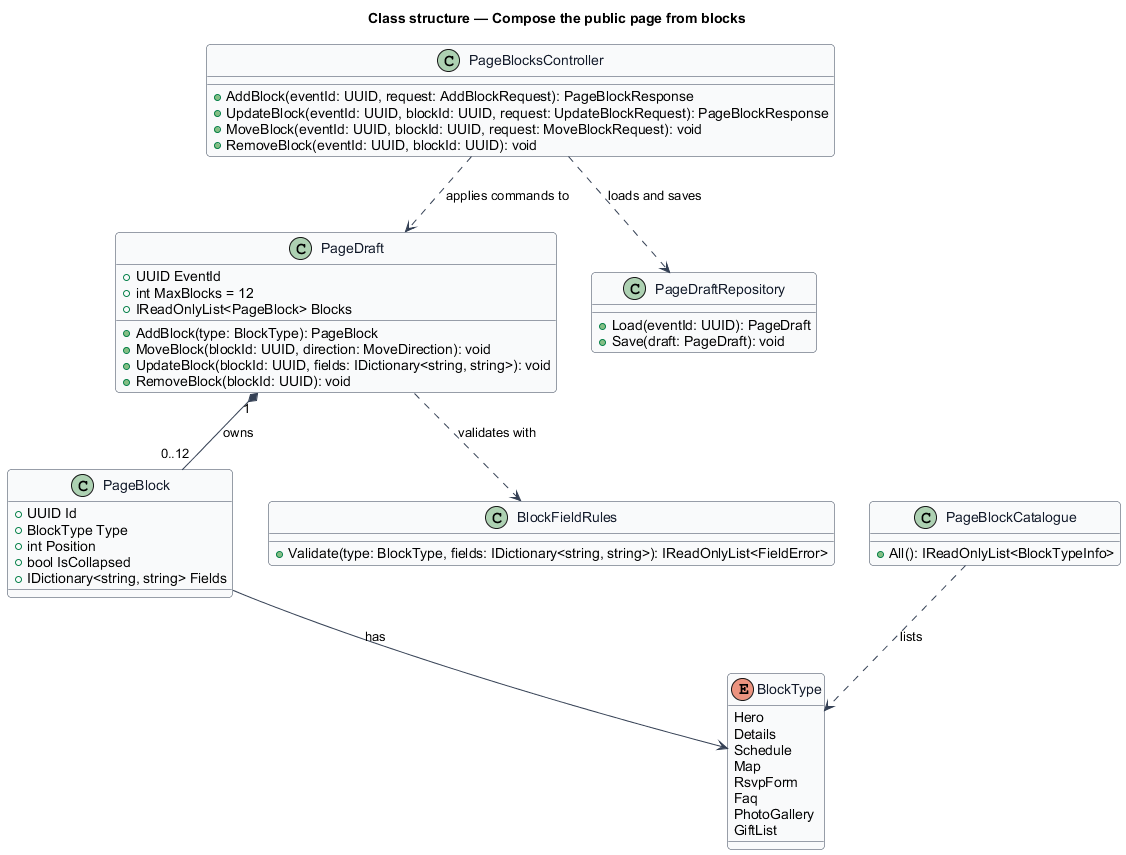
The PlantUML diagram docs/detailed-designs/event-page/compose-page-blocks/diagrams/class-structure.png in QuinntyneBrown/rsvp-cms, before a commit.
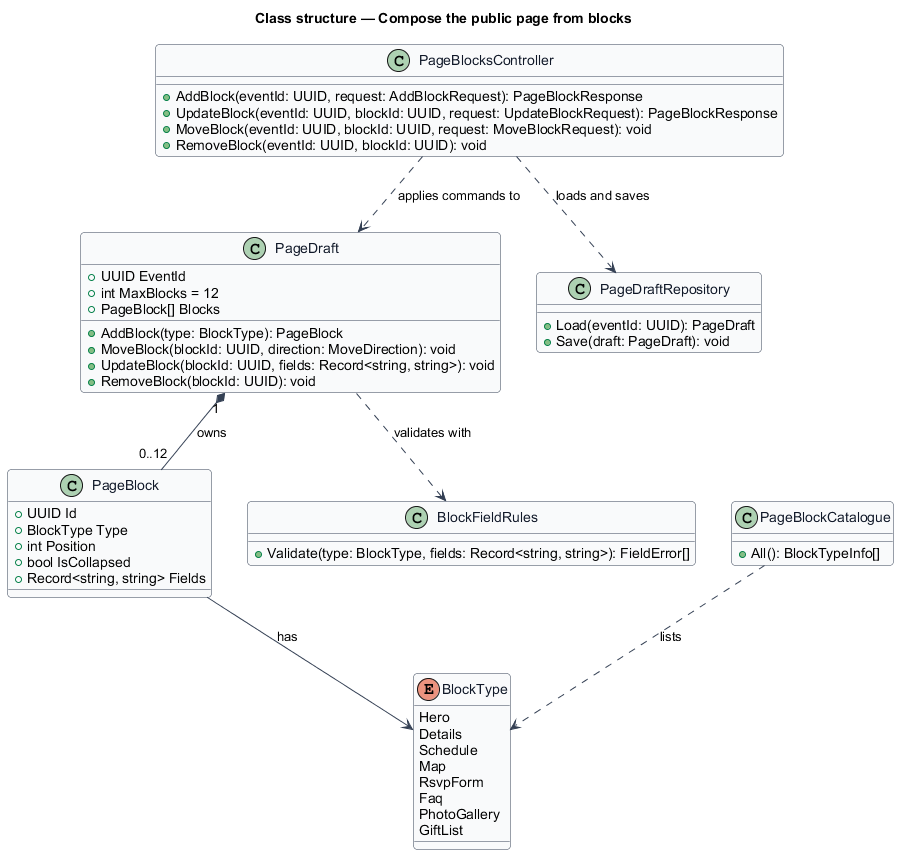
The same file after the commit.

What changed in the source:
```diff
@@ -27,25 +27,25 @@
   +BlockType Type
   +int Position
   +bool IsCollapsed
-  +IDictionary<string, string> Fields
+  +Record<string, string> Fields
 }
 
 class PageDraft {
   +UUID EventId
   +int MaxBlocks = 12
-  +IReadOnlyList<PageBlock> Blocks
+  +PageBlock[] Blocks
   +AddBlock(type: BlockType): PageBlock
   +MoveBlock(blockId: UUID, direction: MoveDirection): void
-  +UpdateBlock(blockId: UUID, fields: IDictionary<string, string>): void
+  +UpdateBlock(blockId: UUID, fields: Record<string, string>): void
   +RemoveBlock(blockId: UUID): void
 }
 
 class BlockFieldRules {
-  +Validate(type: BlockType, fields: IDictionary<string, string>): IReadOnlyList<FieldError>
+  +Validate(type: BlockType, fields: Record<string, string>): FieldError[]
 }
 
 class PageBlockCatalogue {
-  +All(): IReadOnlyList<BlockTypeInfo>
+  +All(): BlockTypeInfo[]
 }
 
 class PageDraftRepository {
```
